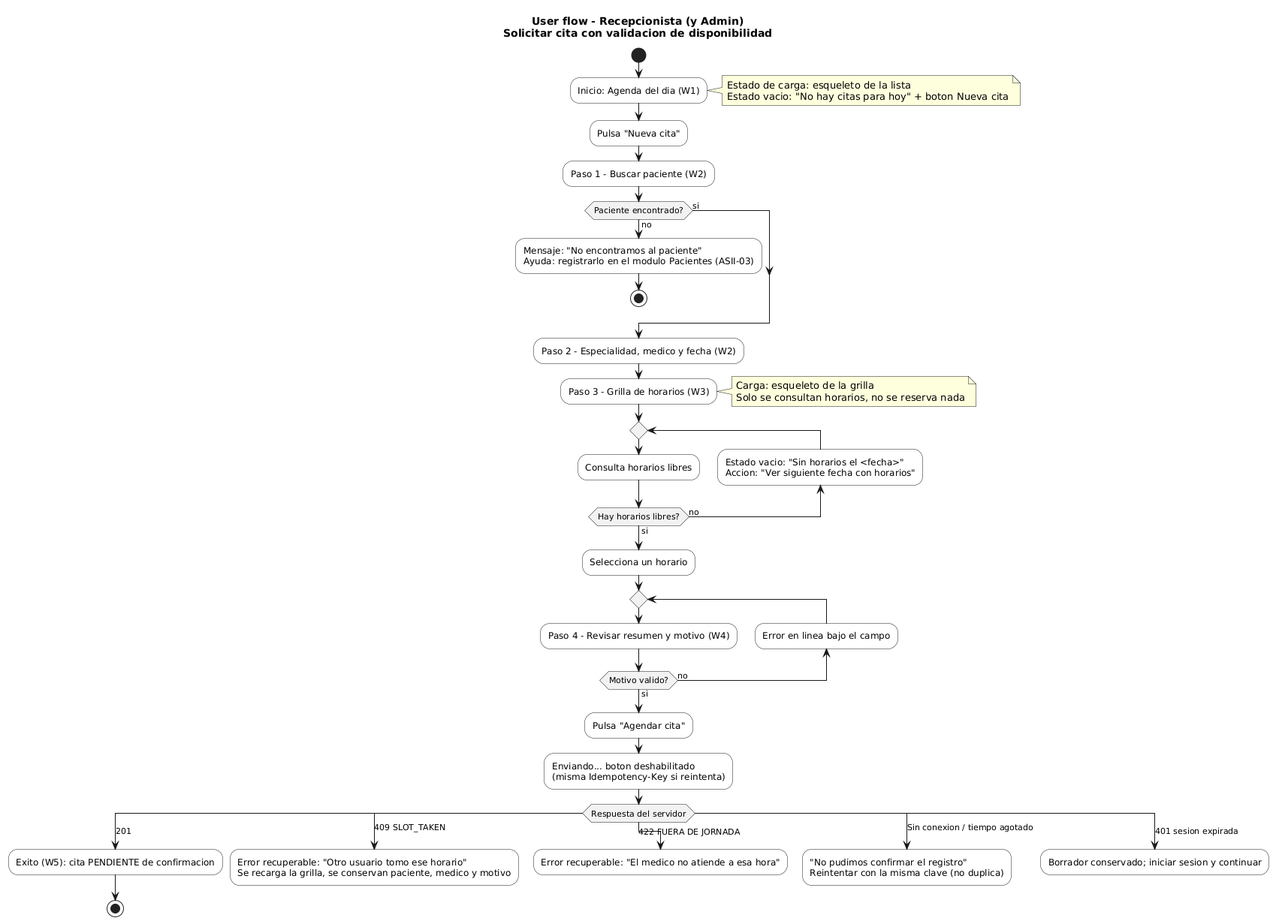
Above: docs/semana-08-ux/user-flow-recepcionista.png in EddCastro/micro-his-citas-medicas-agenda (PlantUML), before the change. Source of this version:
```plantuml
@startuml
title User flow - Recepcionista (y Admin)\nSolicitar cita con validacion de disponibilidad

skinparam shadowing false
skinparam defaultFontName DejaVu Sans
skinparam ActivityBackgroundColor #FFFFFF
skinparam ActivityDiamondBackgroundColor #F2F2F2

start
:Inicio: Agenda del dia (W1);
note right: Estado de carga: esqueleto de la lista\nEstado vacio: "No hay citas para hoy" + boton Nueva cita
:Pulsa "Nueva cita";
:Paso 1 - Buscar paciente (W2);
if (Paciente encontrado?) then (si)
else (no)
  :Mensaje: "No encontramos al paciente"\nAyuda: registrarlo en el modulo Pacientes (ASII-03);
  stop
endif
:Paso 2 - Especialidad, medico y fecha (W2);
:Paso 3 - Grilla de horarios (W3);
note right: Carga: esqueleto de la grilla\nSolo se consultan horarios, no se reserva nada
repeat
  :Consulta horarios libres;
  backward :Estado vacio: "Sin horarios el <fecha>"\nAccion: "Ver siguiente fecha con horarios";
repeat while (Hay horarios libres?) is (no) not (si)
:Selecciona un horario;
repeat
  :Paso 4 - Revisar resumen y motivo (W4);
  backward :Error en linea bajo el campo;
repeat while (Motivo valido?) is (no) not (si)
:Pulsa "Agendar cita";
:Enviando... boton deshabilitado\n(misma Idempotency-Key si reintenta);
switch (Respuesta del servidor)
case (201)
  :Exito (W5): cita PENDIENTE de confirmacion;
  stop
case (409 SLOT_TAKEN)
  :Error recuperable: "Otro usuario tomo ese horario"\nSe recarga la grilla, se conservan paciente, medico y motivo;
  detach
case (422 FUERA DE JORNADA)
  :Error recuperable: "El medico no atiende a esa hora";
  detach
case (Sin conexion / tiempo agotado)
  :"No pudimos confirmar el registro"\nReintentar con la misma clave (no duplica);
  detach
case (401 sesion expirada)
  :Borrador conservado; iniciar sesion y continuar;
  detach
endswitch
@enduml
```
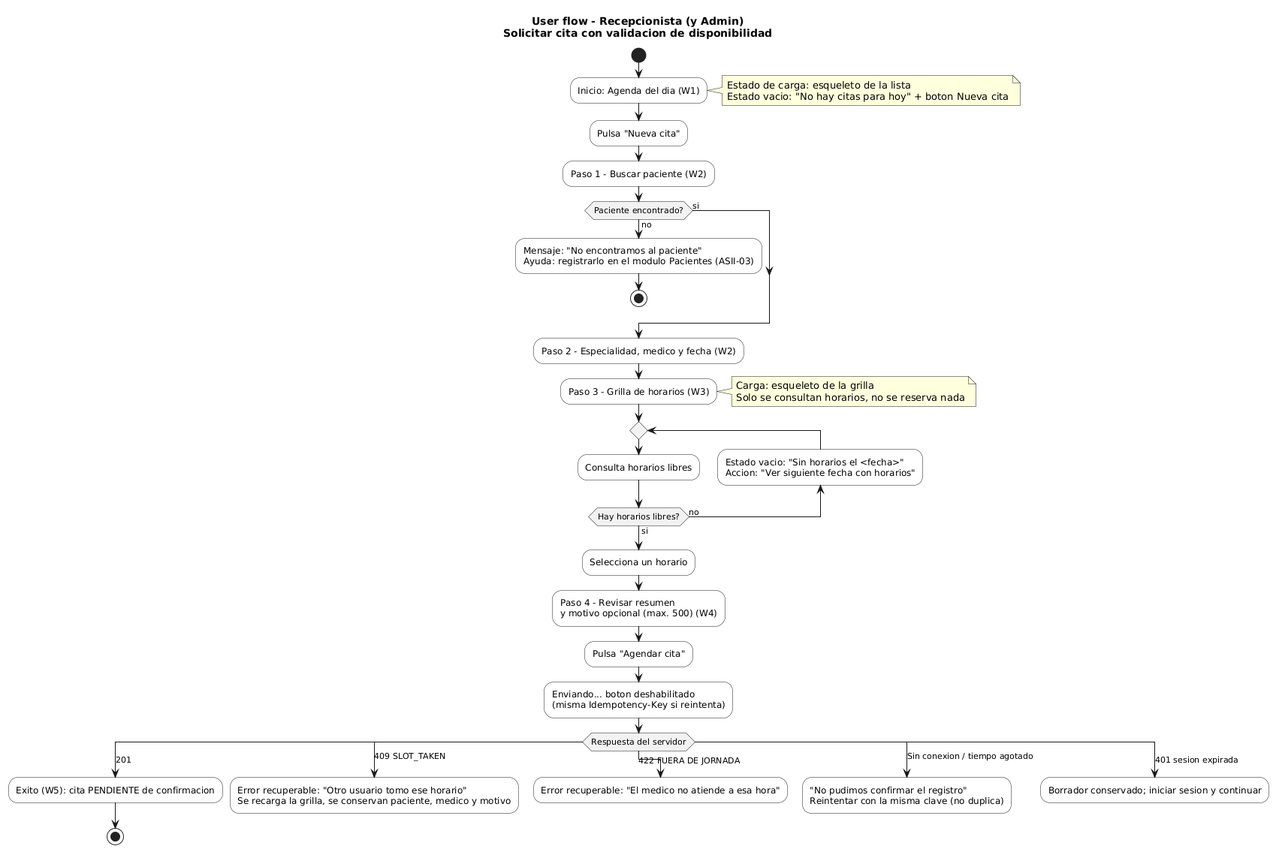
After the change.

The edit, as a diff of the source:
```diff
@@ -24,10 +24,7 @@
   backward :Estado vacio: "Sin horarios el <fecha>"\nAccion: "Ver siguiente fecha con horarios";
 repeat while (Hay horarios libres?) is (no) not (si)
 :Selecciona un horario;
-repeat
-  :Paso 4 - Revisar resumen y motivo (W4);
-  backward :Error en linea bajo el campo;
-repeat while (Motivo valido?) is (no) not (si)
+:Paso 4 - Revisar resumen\ny motivo opcional (max. 500) (W4);
 :Pulsa "Agendar cita";
 :Enviando... boton deshabilitado\n(misma Idempotency-Key si reintenta);
 switch (Respuesta del servidor)
```
